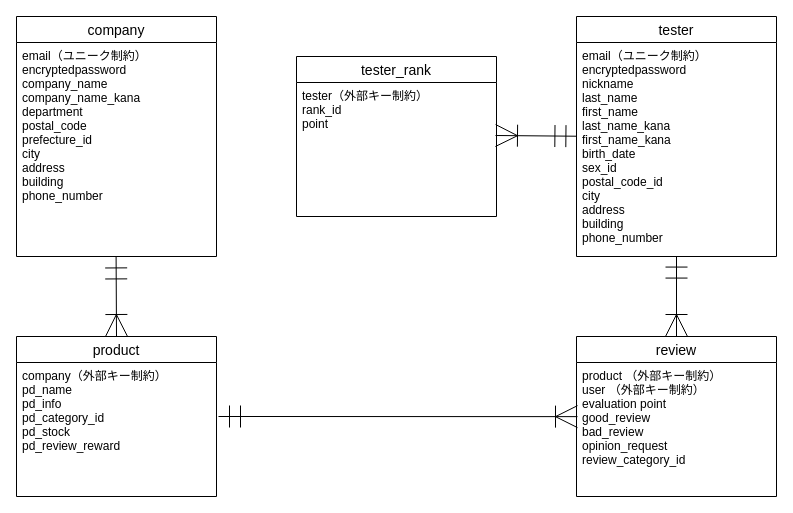
This is MONITORING.dio from tanabata000/monitoring-app, a draw.io file, before an edit. Source tidied: cells renumbered, new cells numbered last; positions are measured from the earlier drawing's top-left corner, leaving out a move shared by most shapes. Both pictures are drawn from the tidied source at 100%, with x=0, y=0 at pixel (16, 16).
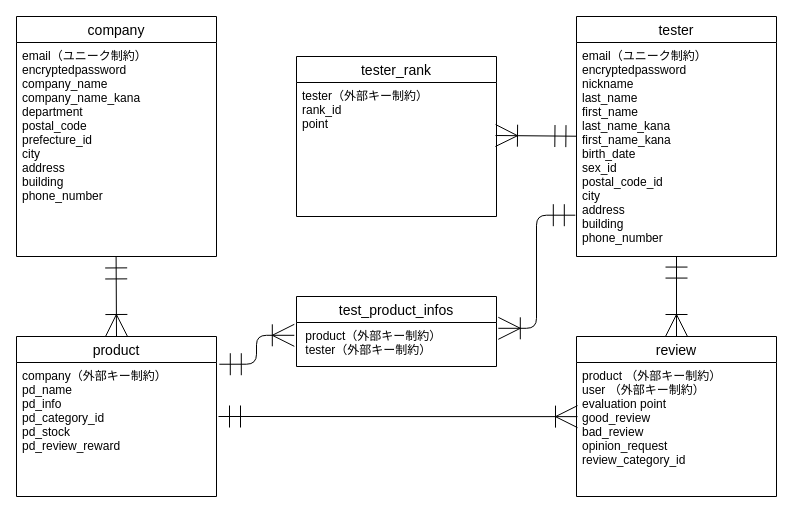
The same page after the edit.

The change refers to these unchanged cells:
```xml
<mxCell id="7" value="email（ユニーク制約）&#10;encryptedpassword&#10;nickname&#10;last_name&#10;first_name&#10;last_name_kana&#10;first_name_kana&#10;birth_date&#10;sex_id&#10;postal_code_id&#10;city&#10;address&#10;building&#10;phone_number" style="text;strokeColor=none;fillColor=none;spacingLeft=4;spacingRight=4;overflow=hidden;points=[[0,0.5],[1,0.5]];portConstraint=eastwest;fontSize=12;" parent="6" vertex="1">
  <mxGeometry y="26" width="200" height="214" as="geometry" />
</mxCell>
<mxCell id="9" value="company（外部キー制約）&#10;pd_name&#10;pd_info&#10;pd_category_id&#10;pd_stock&#10;pd_review_reward" style="text;strokeColor=none;fillColor=none;spacingLeft=4;spacingRight=4;overflow=hidden;points=[[0,0.5],[1,0.5]];portConstraint=eastwest;fontSize=12;" parent="8" vertex="1">
  <mxGeometry y="26" width="200" height="134" as="geometry" />
</mxCell>
```

Diff of the diagram source:
```diff
@@
+    <mxCell id="16" value="test_product_infos" style="swimlane;fontStyle=0;horizontal=1;startSize=26;align=center;fontSize=14;" parent="1" vertex="1">
+      <mxGeometry x="280" y="280" width="200" height="70" as="geometry" />
+    </mxCell>
+    <mxCell id="17" value=" product（外部キー制約）&#10; tester（外部キー制約）" style="text;strokeColor=none;fillColor=none;spacingLeft=4;spacingRight=4;overflow=hidden;points=[[0,0.5],[1,0.5]];portConstraint=eastwest;fontSize=12;" parent="16" vertex="1">
+      <mxGeometry y="26" width="200" height="44" as="geometry" />
+    </mxCell>
+    <mxCell id="18" style="fontSize=12;html=1;endArrow=ERoneToMany;startArrow=ERmandOne;entryX=-0.011;entryY=0.291;entryDx=0;entryDy=0;endSize=20;startSize=20;entryPerimeter=0;exitX=1.014;exitY=0.013;exitDx=0;exitDy=0;exitPerimeter=0;edgeStyle=orthogonalEdgeStyle;" parent="1" edge="1" source="9" target="17">
+      <mxGeometry relative="1" as="geometry" />
+    </mxCell>
+    <mxCell id="19" style="fontSize=12;html=1;endArrow=ERoneToMany;startArrow=ERmandOne;entryX=1.009;entryY=0.132;entryDx=0;entryDy=0;endSize=20;startSize=20;entryPerimeter=0;exitX=-0.006;exitY=0.807;exitDx=0;exitDy=0;exitPerimeter=0;edgeStyle=orthogonalEdgeStyle;" parent="1" edge="1" source="7" target="17">
+      <mxGeometry relative="1" as="geometry" />
+    </mxCell>
```
